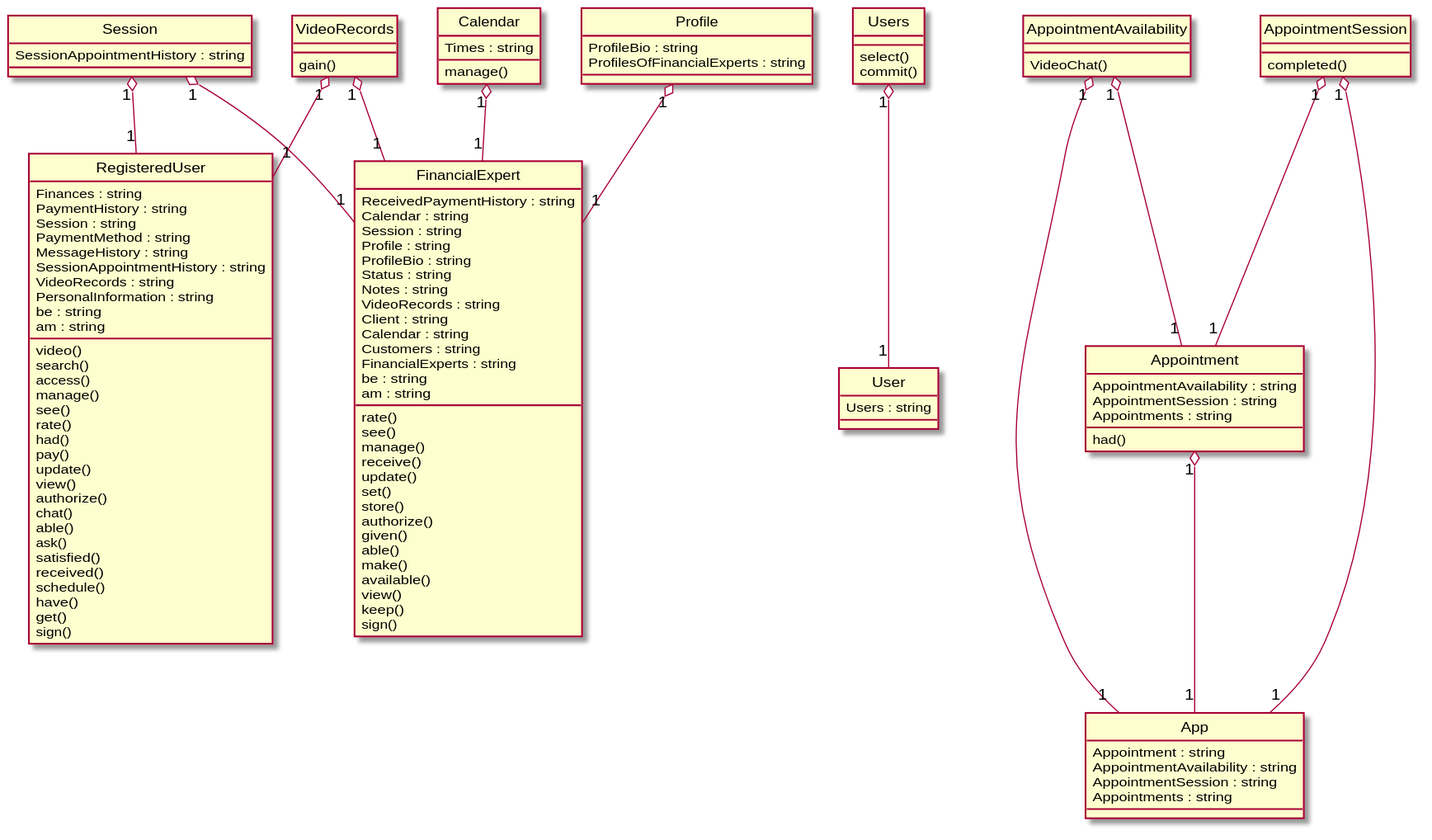
Earlier version of the PlantUML export Diagrams/2019-USC-Project11.svg (xixixhalu/DomainModelExtractor). The source it was exported from:
```plantuml
@startuml
hide circle
class RegisteredUser {
	Finances : string
	PaymentHistory : string
	Session : string
	PaymentMethod : string
	MessageHistory : string
	SessionAppointmentHistory : string
	VideoRecords : string
	PersonalInformation : string
	be : string
	am : string
	video()
	search()
	access()
	manage()
	see()
	rate()
	had()
	pay()
	update()
	view()
	authorize()
	chat()
	able()
	ask()
	satisfied()
	received()
	schedule()
	have()
	get()
	sign()
}
class FinancialExpert {
	ReceivedPaymentHistory : string
	Calendar : string
	Session : string
	Profile : string
	ProfileBio : string
	Status : string
	Notes : string
	VideoRecords : string
	Client : string
	Calendar : string
	Customers : string
	FinancialExperts : string
	be : string
	am : string
	rate()
	see()
	manage()
	receive()
	update()
	set()
	store()
	authorize()
	given()
	able()
	make()
	available()
	view()
	keep()
	sign()
}
class Calendar {
	Times : string
	manage()
}
class User {
	Users : string
}
class Appointment {
	AppointmentAvailability : string
	AppointmentSession : string
	Appointments : string
	had()
}
class App {
	Appointment : string
	AppointmentAvailability : string
	AppointmentSession : string
	Appointments : string
}
class Profile {
	ProfileBio : string
	ProfilesOfFinancialExperts : string
}
class Session {
	SessionAppointmentHistory : string
}
class AppointmentAvailability {
	VideoChat()
}
class VideoRecords {
	gain()
}
class AppointmentSession {
	completed()
}
class Users {
	select()
	commit()
}
Appointment "1" o-- "1" App
Session "1" o-- "1" FinancialExpert
AppointmentAvailability "1" o-- "1" App
VideoRecords "1" o-- "1" FinancialExpert
Session "1" o-- "1" RegisteredUser
AppointmentSession "1" o-- "1" App
Users "1" o-- "1" User
VideoRecords "1" o-- "1" RegisteredUser
AppointmentAvailability "1" o-- "1" Appointment
Calendar "1" o-- "1" FinancialExpert
AppointmentSession "1" o-- "1" Appointment
Profile "1" o-- "1" FinancialExpert
@enduml
```
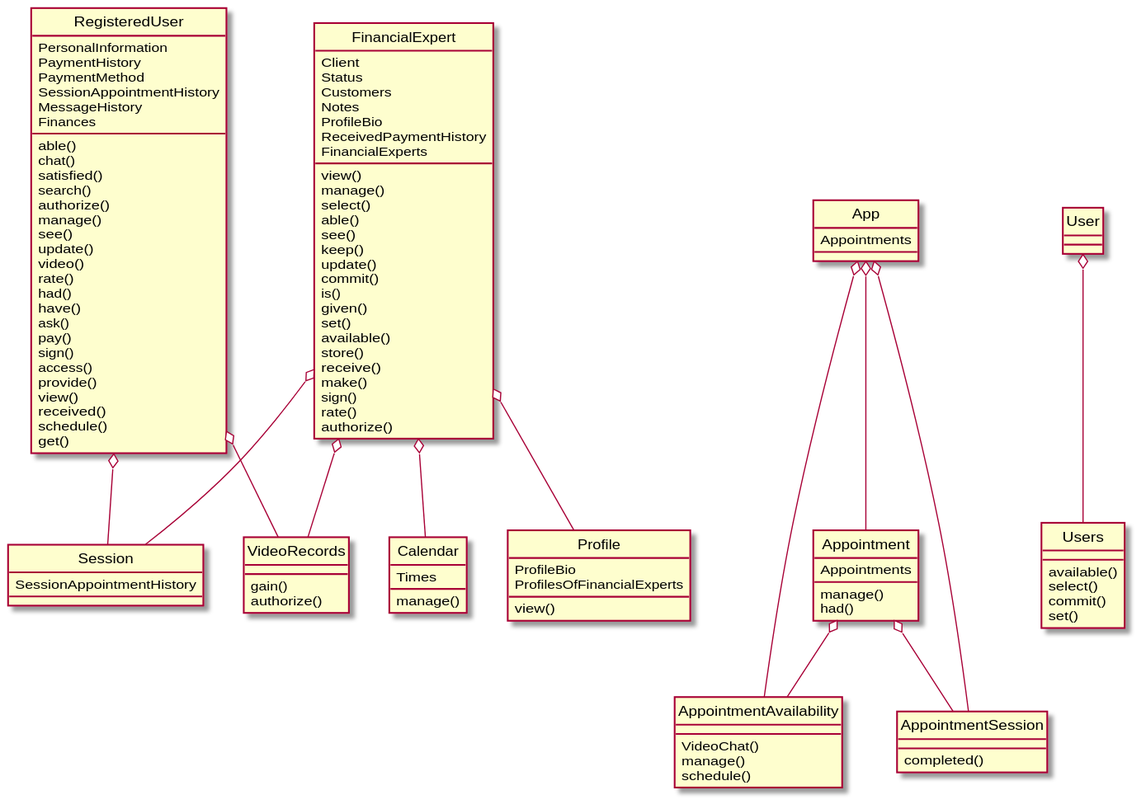
After the change.

Diff of the diagram source:
```diff
@@ -1,117 +1,111 @@
 @startuml
 hide circle
 class RegisteredUser {
-	Finances : string
-	PaymentHistory : string
-	Session : string
-	PaymentMethod : string
-	MessageHistory : string
-	SessionAppointmentHistory : string
-	VideoRecords : string
-	PersonalInformation : string
-	be : string
-	am : string
-	video()
+	PersonalInformation
+	PaymentHistory
+	PaymentMethod
+	SessionAppointmentHistory
+	MessageHistory
+	Finances
+	able()
+	chat()
+	satisfied()
 	search()
-	access()
+	authorize()
 	manage()
 	see()
+	update()
+	video()
 	rate()
 	had()
+	have()
+	ask()
 	pay()
-	update()
+	sign()
+	access()
+	provide()
 	view()
-	authorize()
-	chat()
-	able()
-	ask()
-	satisfied()
 	received()
 	schedule()
-	have()
 	get()
-	sign()
 }
 class FinancialExpert {
-	ReceivedPaymentHistory : string
-	Calendar : string
-	Session : string
-	Profile : string
-	ProfileBio : string
-	Status : string
-	Notes : string
-	VideoRecords : string
-	Client : string
-	Calendar : string
-	Customers : string
-	FinancialExperts : string
-	be : string
-	am : string
+	Client
+	Status
+	Customers
+	Notes
+	ProfileBio
+	ReceivedPaymentHistory
+	FinancialExperts
+	view()
+	manage()
+	select()
+	able()
+	see()
+	keep()
+	update()
+	commit()
+	is()
+	given()
+	set()
+	available()
+	store()
+	receive()
+	make()
+	sign()
 	rate()
-	see()
-	manage()
-	receive()
-	update()
-	set()
-	store()
 	authorize()
-	given()
-	able()
-	make()
-	available()
-	view()
-	keep()
-	sign()
 }
 class Calendar {
-	Times : string
+	Times
 	manage()
 }
-class User {
-	Users : string
+class Profile {
+	ProfileBio
+	ProfilesOfFinancialExperts
+	view()
 }
 class Appointment {
-	AppointmentAvailability : string
-	AppointmentSession : string
-	Appointments : string
+	Appointments
+	manage()
 	had()
 }
 class App {
-	Appointment : string
-	AppointmentAvailability : string
-	AppointmentSession : string
-	Appointments : string
+	Appointments
 }
-class Profile {
-	ProfileBio : string
-	ProfilesOfFinancialExperts : string
+class User {
 }
 class Session {
-	SessionAppointmentHistory : string
+	SessionAppointmentHistory
+}
+class Users {
+	available()
+	select()
+	commit()
+	set()
+}
+class VideoRecords {
+	gain()
+	authorize()
 }
 class AppointmentAvailability {
 	VideoChat()
-}
-class VideoRecords {
-	gain()
+	manage()
+	schedule()
 }
 class AppointmentSession {
 	completed()
 }
-class Users {
-	select()
-	commit()
-}
-Appointment "1" o-- "1" App
-Session "1" o-- "1" FinancialExpert
-AppointmentAvailability "1" o-- "1" App
-VideoRecords "1" o-- "1" FinancialExpert
-Session "1" o-- "1" RegisteredUser
-AppointmentSession "1" o-- "1" App
-Users "1" o-- "1" User
-VideoRecords "1" o-- "1" RegisteredUser
-AppointmentAvailability "1" o-- "1" Appointment
-Calendar "1" o-- "1" FinancialExpert
-AppointmentSession "1" o-- "1" Appointment
-Profile "1" o-- "1" FinancialExpert
+Appointment o-- AppointmentSession
+FinancialExpert o-- Calendar
+App o-- Appointment
+FinancialExpert o-- Profile
+App o-- AppointmentAvailability
+FinancialExpert o-- Session
+App o-- AppointmentSession
+FinancialExpert o-- VideoRecords
+RegisteredUser o-- Session
+User o-- Users
+Appointment o-- AppointmentAvailability
+RegisteredUser o-- VideoRecords
 @enduml
```
